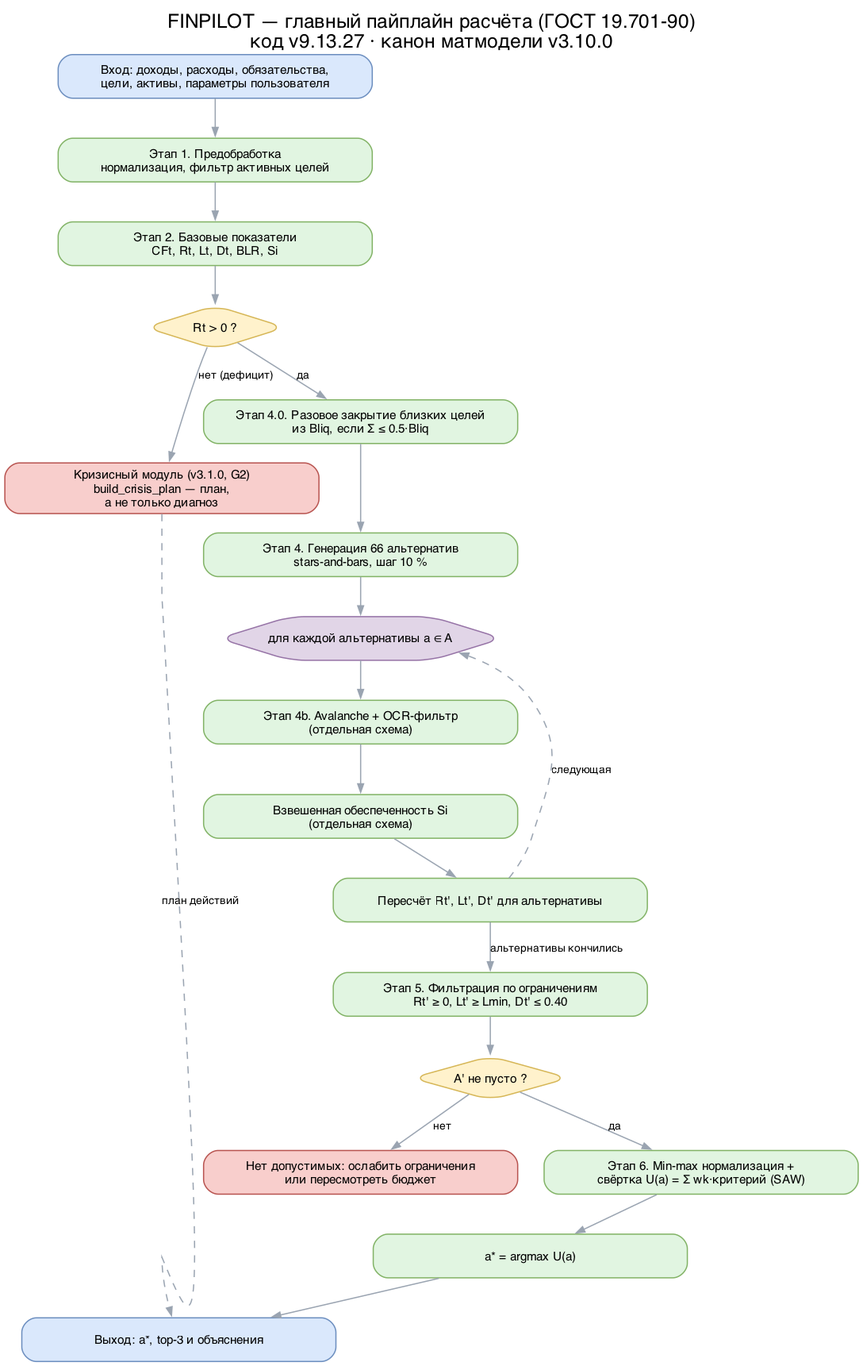
vevdokimovm/personal-finance-dss keeps this Graphviz diagram as docs/diagrams/01_main_pipeline_GOST.drawio.png. Above is the earlier version. Its source is kept beside it as docs/diagrams/src/01_main_pipeline_GOST.dot.
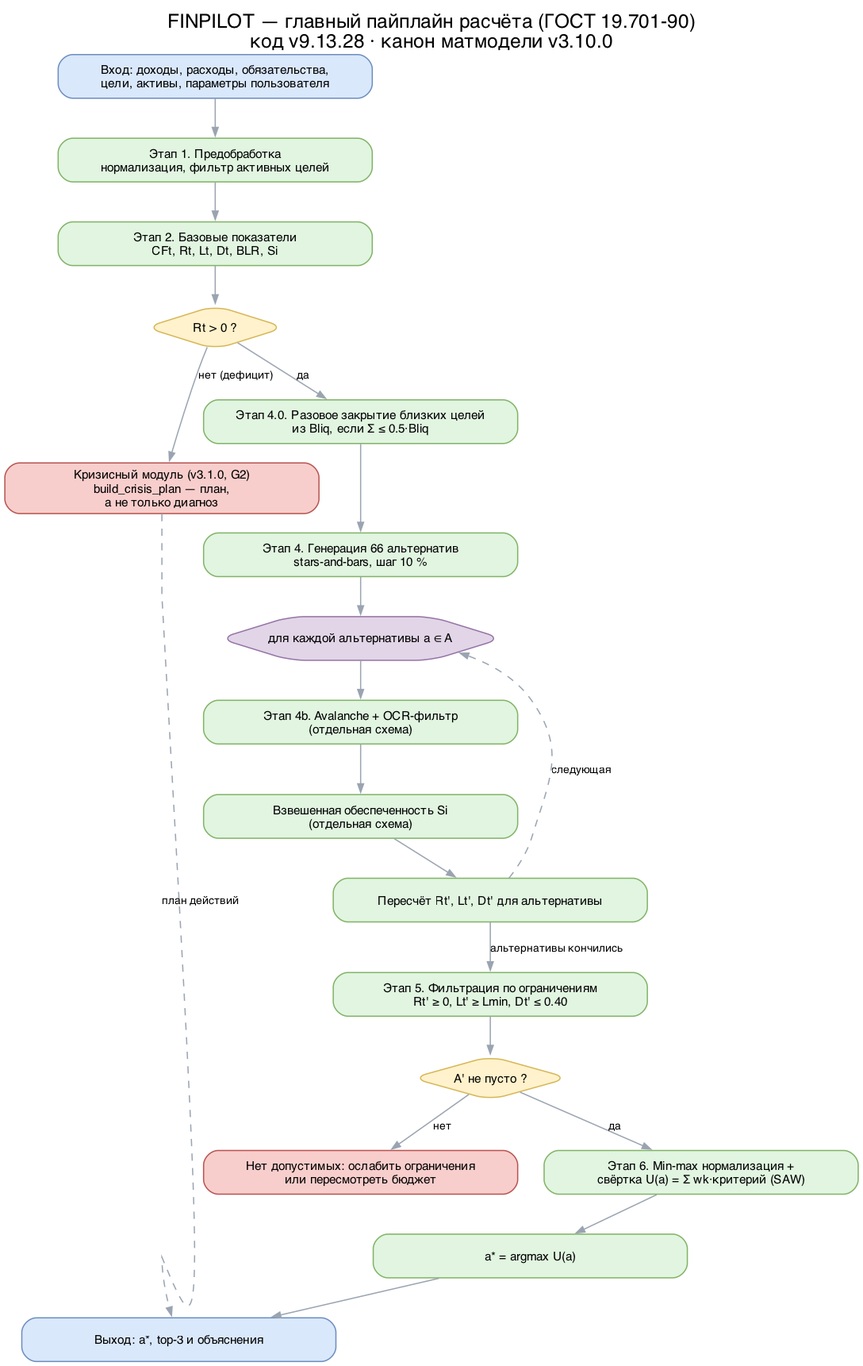
After the commit.

What changed in the source:
```diff
@@ -1,6 +1,6 @@
 digraph pipeline {
   graph [rankdir=TB, fontname="Helvetica", labelloc=t, fontsize=16,
-         label="FINPILOT — главный пайплайн расчёта (ГОСТ 19.701-90)\nкод v9.13.27 · канон матмодели v3.10.0",
+         label="FINPILOT — главный пайплайн расчёта (ГОСТ 19.701-90)\nкод v9.13.28 · канон матмодели v3.10.0",
          nodesep=0.3, ranksep=0.45];
   node [fontname="Helvetica", fontsize=10, style="rounded,filled",
         fillcolor="#e1f5e1", color="#82b366", shape=box, width=3.6];
```
